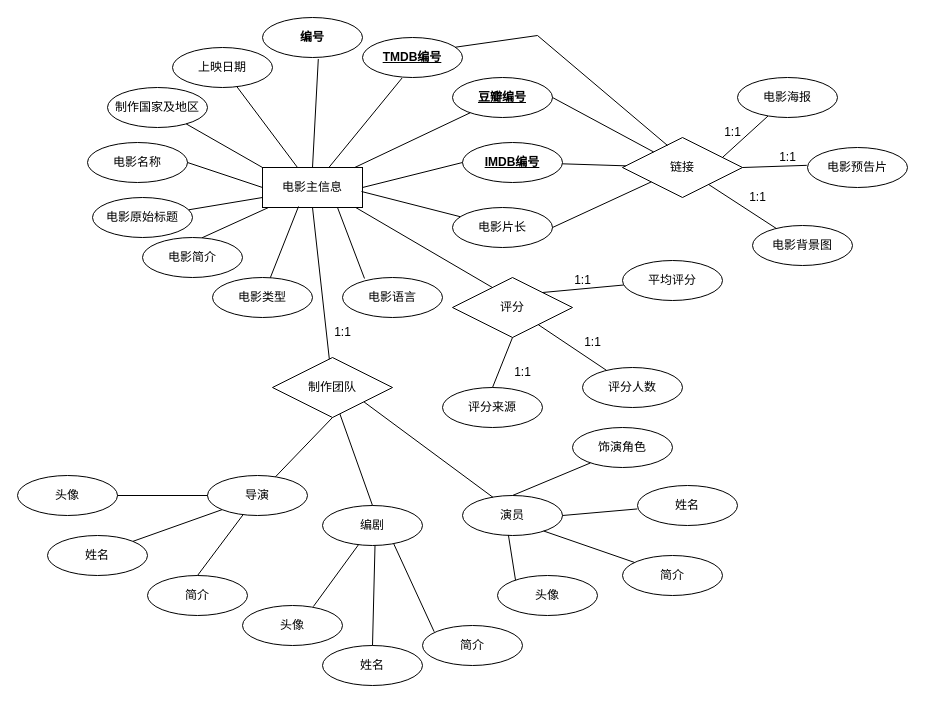
The draw.io diagram data_design.drawio in nikiok/honglou-datasets, before the edit. Source tidied: cells renumbered, new cells numbered last; positions are measured from the earlier drawing's top-left corner, leaving out a move shared by most shapes. Both pictures are drawn from the tidied source at 100%, with x=0, y=0 at pixel (17, 17).
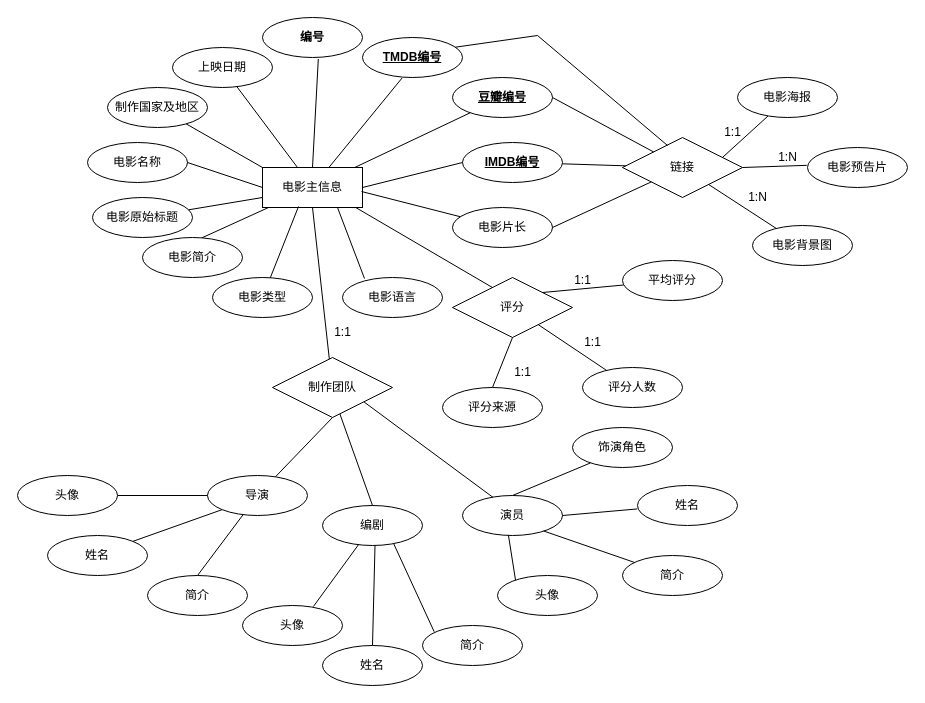
The same diagram, later.

Diff of the diagram source:
```diff
@@
-    <mxCell id="43" value="1:1" style="text;html=1;align=center;verticalAlign=middle;strokeColor=none;fillColor=none;labelBackgroundColor=none;" parent="1" vertex="1">
+    <mxCell id="43" value="1:N" style="text;html=1;align=center;verticalAlign=middle;strokeColor=none;fillColor=none;labelBackgroundColor=none;" parent="1" vertex="1">
       <mxGeometry x="720" y="165" width="40" height="30" as="geometry" />
     </mxCell>
@@
-    <mxCell id="79" value="1:1" style="text;html=1;align=center;verticalAlign=middle;strokeColor=none;fillColor=none;labelBackgroundColor=none;" parent="1" vertex="1">
+    <mxCell id="79" value="1:N" style="text;html=1;align=center;verticalAlign=middle;strokeColor=none;fillColor=none;labelBackgroundColor=none;" parent="1" vertex="1">
       <mxGeometry x="750" y="125" width="40" height="30" as="geometry" />
     </mxCell>
```
